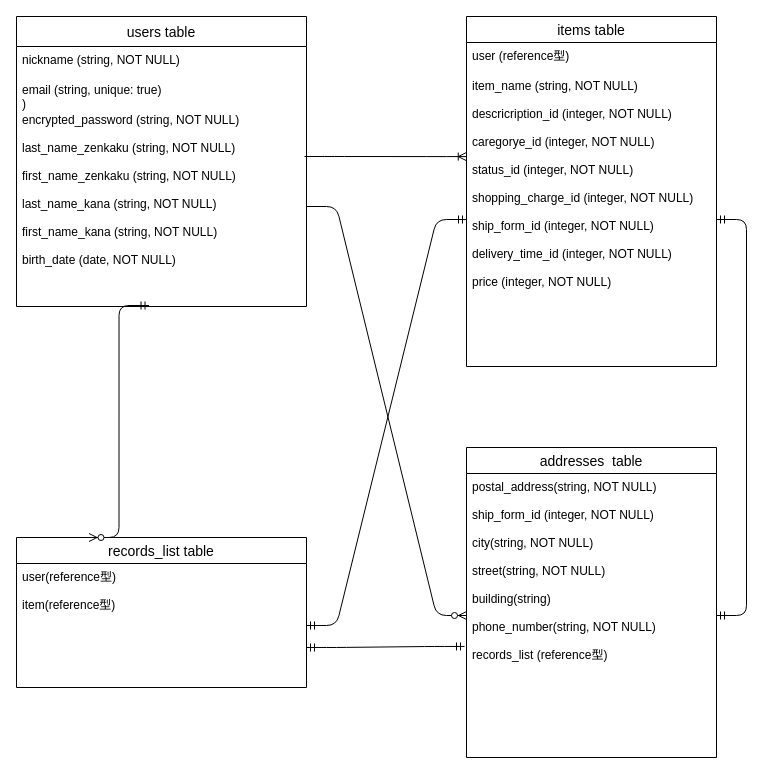
Before: database.dio in manbou310/furima-35838, a draw.io diagram. Source tidied: cells renumbered, new cells numbered last; positions are measured from the earlier drawing's top-left corner, leaving out a move shared by most shapes. Both pictures are drawn from the tidied source at 100%, with x=0, y=0 at pixel (16, 16).
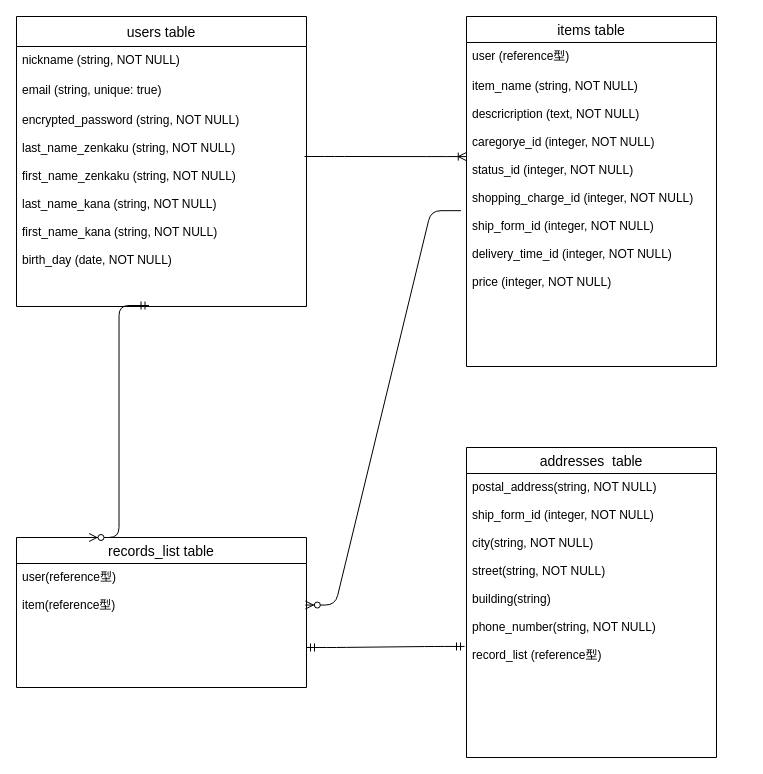
The same diagram, later.

Commit message:
データベース設計修正#4

The change refers to these unchanged cells:
```xml
<mxCell id="2" value="users table" style="swimlane;fontStyle=0;horizontal=1;startSize=30;align=center;fontSize=14;" parent="1" vertex="1">
  <mxGeometry width="290" height="290" as="geometry" />
</mxCell>
<mxCell id="6" value="addresses  table" style="swimlane;fontStyle=0;horizontal=1;startSize=26;align=center;fontSize=14;" parent="1" vertex="1">
  <mxGeometry x="450" y="431" width="250" height="310" as="geometry" />
</mxCell>
<mxCell id="8" value="items table" style="swimlane;fontStyle=0;horizontal=1;startSize=26;align=center;fontSize=14;" parent="1" vertex="1">
  <mxGeometry x="450" width="250" height="350" as="geometry" />
</mxCell>
<mxCell id="14" value="user(reference型)&#10;&#10;item(reference型)" style="text;strokeColor=none;fillColor=none;spacingLeft=4;spacingRight=4;overflow=hidden;points=[[0,0.5],[1,0.5]];portConstraint=eastwest;fontSize=12;" parent="13" vertex="1">
  <mxGeometry y="26" width="290" height="124" as="geometry" />
</mxCell>
```

Diff of the diagram source:
```diff
@@
-    <mxCell id="4" value="email (string, unique: true)&#10;)" style="text;strokeColor=none;fillColor=none;spacingLeft=4;spacingRight=4;overflow=hidden;fontSize=12;" parent="2" vertex="1">
+    <mxCell id="4" value="email (string, unique: true)" style="text;strokeColor=none;fillColor=none;spacingLeft=4;spacingRight=4;overflow=hidden;fontSize=12;" parent="2" vertex="1">
       <mxGeometry y="60" width="290" height="30" as="geometry" />
     </mxCell>
-    <mxCell id="5" value="encrypted_password (string, NOT NULL)&#10;&#10;last_name_zenkaku (string, NOT NULL)&#10;&#10;first_name_zenkaku (string, NOT NULL)&#10;&#10;last_name_kana (string, NOT NULL)&#10;&#10;first_name_kana (string, NOT NULL)&#10;&#10;birth_date (date, NOT NULL)&#10;" style="text;strokeColor=none;fillColor=none;spacingLeft=4;spacingRight=4;overflow=hidden;points=[[0,0.5],[1,0.5]];portConstraint=eastwest;fontSize=12;" parent="2" vertex="1">
+    <mxCell id="5" value="encrypted_password (string, NOT NULL)&#10;&#10;last_name_zenkaku (string, NOT NULL)&#10;&#10;first_name_zenkaku (string, NOT NULL)&#10;&#10;last_name_kana (string, NOT NULL)&#10;&#10;first_name_kana (string, NOT NULL)&#10;&#10;birth_day (date, NOT NULL)&#10;" style="text;strokeColor=none;fillColor=none;spacingLeft=4;spacingRight=4;overflow=hidden;points=[[0,0.5],[1,0.5]];portConstraint=eastwest;fontSize=12;" parent="2" vertex="1">
       <mxGeometry y="90" width="290" height="200" as="geometry" />
     </mxCell>
@@
-    <mxCell id="7" value="postal_address(string, NOT NULL)&#10;&#10;ship_form_id (integer, NOT NULL)&#10;&#10;city(string, NOT NULL)&#10;&#10;street(string, NOT NULL)&#10;&#10;building(string)&#10;&#10;phone_number(string, NOT NULL)&#10;&#10;records_list (reference型)" style="text;strokeColor=none;fillColor=none;spacingLeft=4;spacingRight=4;overflow=hidden;points=[[0,0.5],[1,0.5]];portConstraint=eastwest;fontSize=12;" parent="6" vertex="1">
+    <mxCell id="7" value="postal_address(string, NOT NULL)&#10;&#10;ship_form_id (integer, NOT NULL)&#10;&#10;city(string, NOT NULL)&#10;&#10;street(string, NOT NULL)&#10;&#10;building(string)&#10;&#10;phone_number(string, NOT NULL)&#10;&#10;record_list (reference型)" style="text;strokeColor=none;fillColor=none;spacingLeft=4;spacingRight=4;overflow=hidden;points=[[0,0.5],[1,0.5]];portConstraint=eastwest;fontSize=12;" parent="6" vertex="1">
       <mxGeometry y="26" width="250" height="284" as="geometry" />
     </mxCell>
@@
-    <mxCell id="10" value="item_name (string, NOT NULL)&#10;&#10;descricription_id (integer, NOT NULL)&#10;&#10;caregorye_id (integer, NOT NULL)&#10;&#10;status_id (integer, NOT NULL)&#10;&#10;shopping_charge_id (integer, NOT NULL)&#10;&#10;ship_form_id (integer, NOT NULL)&#10;&#10;delivery_time_id (integer, NOT NULL)&#10;&#10;price (integer, NOT NULL)&#10;&#10;" style="text;strokeColor=none;fillColor=none;spacingLeft=4;spacingRight=4;overflow=hidden;points=[[0,0.5],[1,0.5]];portConstraint=eastwest;fontSize=12;" parent="8" vertex="1">
+    <mxCell id="10" value="item_name (string, NOT NULL)&#10;&#10;descricription (text, NOT NULL)&#10;&#10;caregorye_id (integer, NOT NULL)&#10;&#10;status_id (integer, NOT NULL)&#10;&#10;shopping_charge_id (integer, NOT NULL)&#10;&#10;ship_form_id (integer, NOT NULL)&#10;&#10;delivery_time_id (integer, NOT NULL)&#10;&#10;price (integer, NOT NULL)&#10;&#10;" style="text;strokeColor=none;fillColor=none;spacingLeft=4;spacingRight=4;overflow=hidden;points=[[0,0.5],[1,0.5]];portConstraint=eastwest;fontSize=12;" parent="8" vertex="1">
       <mxGeometry y="56" width="250" height="294" as="geometry" />
     </mxCell>
@@
-    <mxCell id="12" style="edgeStyle=entityRelationEdgeStyle;fontSize=12;html=1;endArrow=ERzeroToMany;endFill=1;exitX=1;exitY=0.5;exitDx=0;exitDy=0;" parent="1" edge="1" source="5" target="7">
-      <mxGeometry relative="1" as="geometry" />
-    </mxCell>
@@
-    <mxCell id="15" style="edgeStyle=entityRelationEdgeStyle;fontSize=12;html=1;endArrow=ERmandOne;startArrow=ERmandOne;" parent="1" edge="1" source="14" target="10">
-      <mxGeometry relative="1" as="geometry" />
-    </mxCell>
-    <mxCell id="16" style="edgeStyle=entityRelationEdgeStyle;fontSize=12;html=1;endArrow=ERmandOne;startArrow=ERmandOne;exitX=1;exitY=0.5;exitDx=0;exitDy=0;entryX=1;entryY=0.5;entryDx=0;entryDy=0;" parent="1" edge="1" source="7" target="10">
-      <mxGeometry relative="1" as="geometry" />
-    </mxCell>
@@
+    <mxCell id="19" style="edgeStyle=entityRelationEdgeStyle;fontSize=12;html=1;endArrow=ERzeroToMany;endFill=1;exitX=-0.022;exitY=0.47;exitDx=0;exitDy=0;exitPerimeter=0;entryX=0.996;entryY=0.335;entryDx=0;entryDy=0;entryPerimeter=0;" parent="1" edge="1" source="10" target="14">
+      <mxGeometry relative="1" as="geometry" />
+    </mxCell>
```
